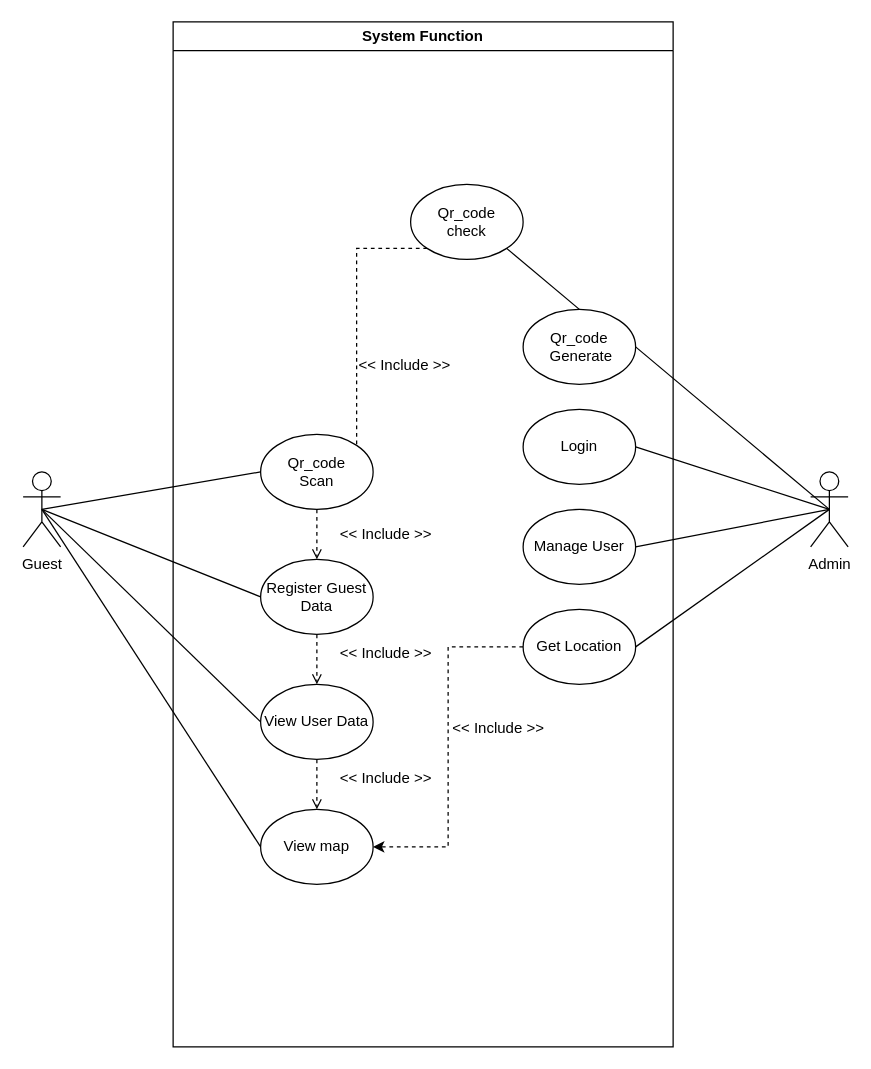
Earlier version of the draw.io diagram Usecasediagram(new).drawio (CChayut/Di-grm). Source tidied: cells renumbered, new cells numbered last; positions are measured from the earlier drawing's top-left corner, leaving out a move shared by most shapes. Both pictures are drawn from the tidied source at 125%, with x=0, y=0 at pixel (22, 21).
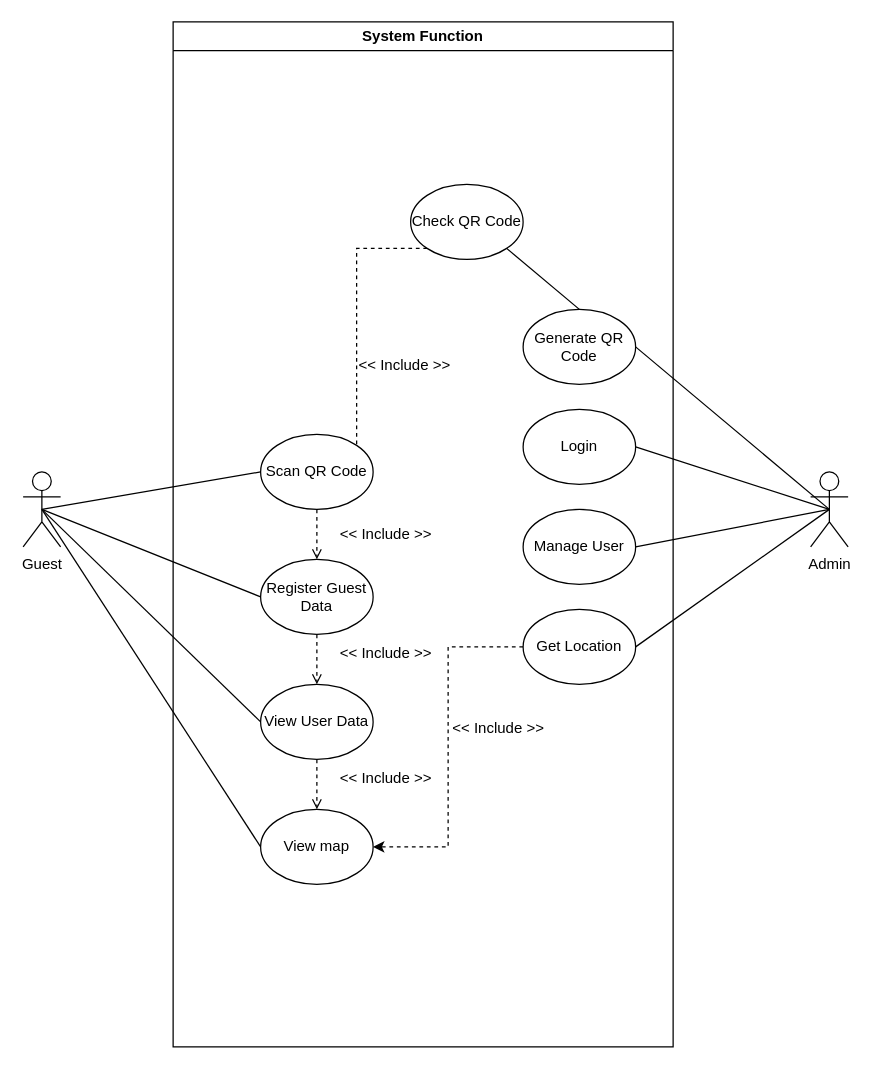
The same page after the edit.

Unchanged cells that the change refers to:
```xml
<mxCell id="5" value="System Function" style="swimlane;whiteSpace=wrap;html=1;" parent="1" vertex="1">
  <mxGeometry x="120" width="400" height="820" as="geometry" />
</mxCell>
```

What changed in the source:
```diff
@@
-    <mxCell id="9" value="Qr_code&lt;div&gt;check&lt;/div&gt;" style="ellipse;whiteSpace=wrap;html=1;" parent="5" vertex="1">
+    <mxCell id="9" value="Check QR Code" style="ellipse;whiteSpace=wrap;html=1;" parent="5" vertex="1">
       <mxGeometry x="190" y="130" width="90" height="60" as="geometry" />
     </mxCell>
@@
-    <mxCell id="12" value="Qr_code&lt;div&gt;Scan&lt;/div&gt;" style="ellipse;whiteSpace=wrap;html=1;" parent="5" vertex="1">
+    <mxCell id="12" value="&lt;div&gt;Scan QR Code&lt;/div&gt;" style="ellipse;whiteSpace=wrap;html=1;" parent="5" vertex="1">
       <mxGeometry x="70" y="330" width="90" height="60" as="geometry" />
     </mxCell>
@@
-    <mxCell id="20" value="Qr_code&lt;div&gt;&amp;nbsp;Generate&lt;/div&gt;" style="ellipse;whiteSpace=wrap;html=1;" parent="5" vertex="1">
+    <mxCell id="20" value="Generate QR Code" style="ellipse;whiteSpace=wrap;html=1;" parent="5" vertex="1">
       <mxGeometry x="280" y="230" width="90" height="60" as="geometry" />
     </mxCell>
```
